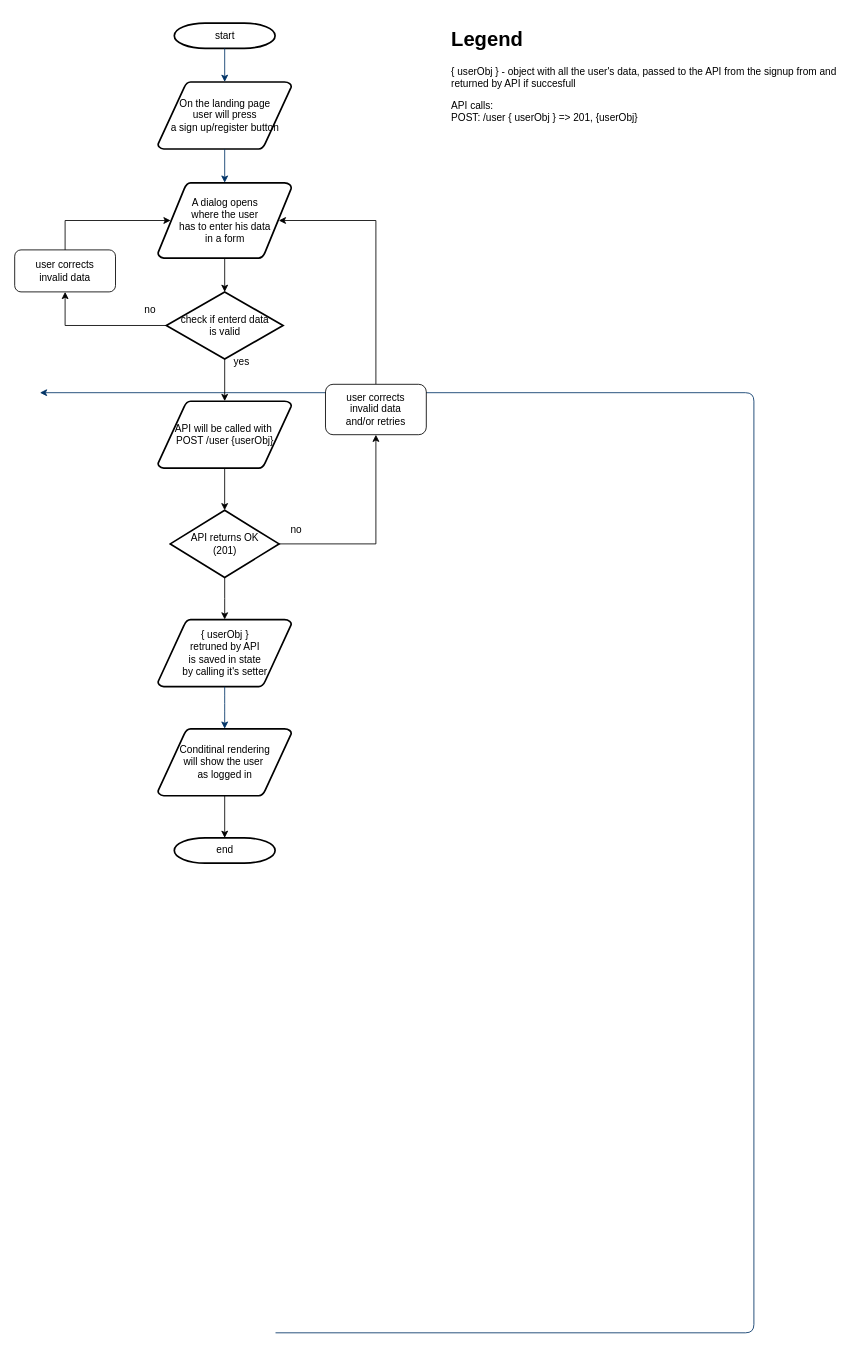
The draw.io diagram docs/flowchart-user-signup.drawio in mz106/climbing-buddy-fe, before the edit. Source tidied: cells renumbered, new cells numbered last; positions are measured from the earlier drawing's top-left corner, leaving out a move shared by most shapes. Both pictures are drawn from the tidied source at 84%, with x=0, y=0 at pixel (14, 23).
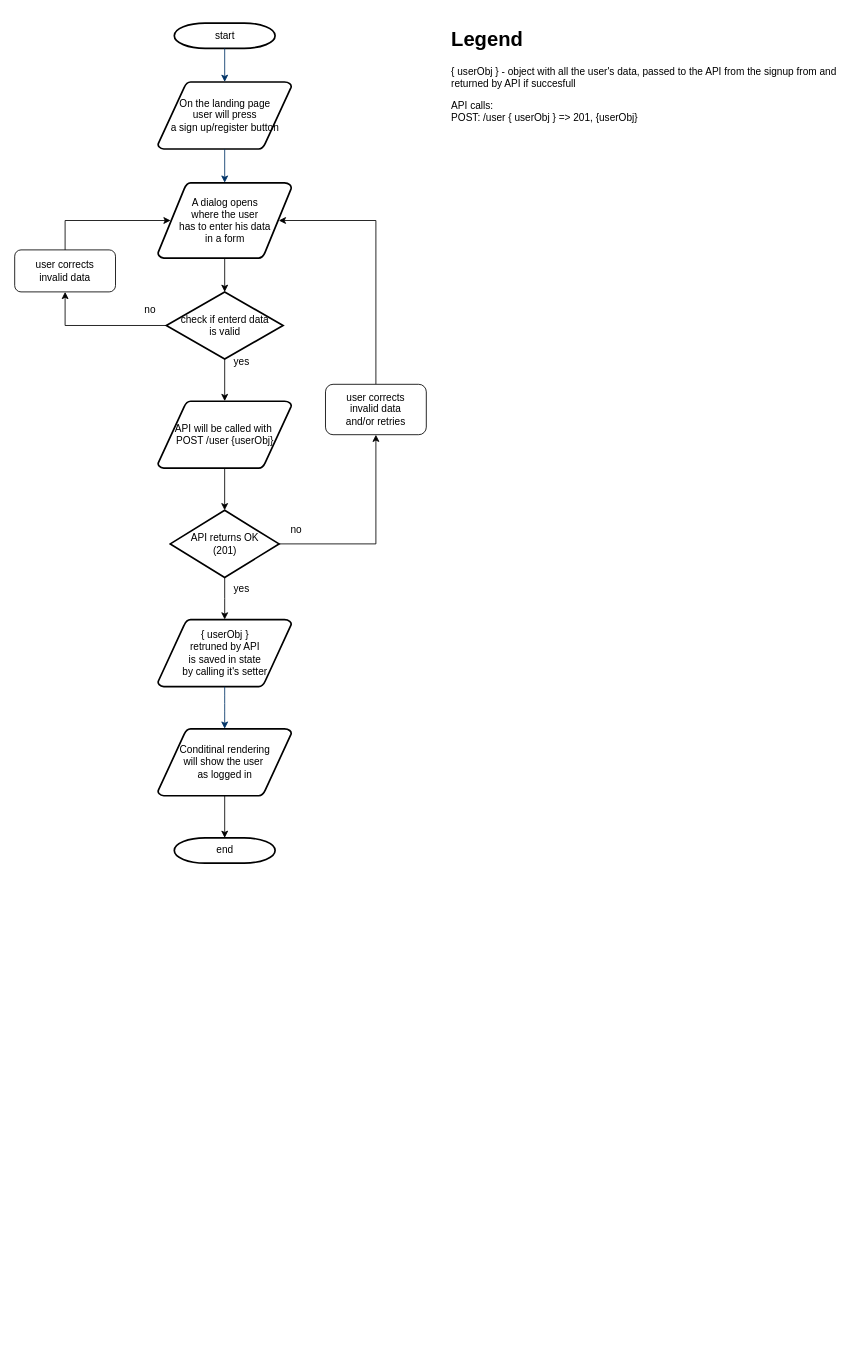
The same page after the edit.

Diff of the diagram source:
```diff
@@
-    <mxCell id="8" style="edgeStyle=elbowEdgeStyle;elbow=horizontal;exitX=1;exitY=0.5;exitPerimeter=0;entryX=0.905;entryY=0.5;entryPerimeter=0;fontStyle=1;strokeColor=#003366;strokeWidth=1;html=1;" parent="1" edge="1">
-      <mxGeometry y="500" as="geometry">
-        <mxPoint x="310.5" y="1559.2" as="sourcePoint" />
-        <mxPoint x="30" y="440" as="targetPoint" />
-        <Array as="points">
-          <mxPoint x="880" y="1760" />
-        </Array>
-      </mxGeometry>
-    </mxCell>
@@
+    <mxCell id="30" value="yes" style="text;fontStyle=0;html=1;strokeColor=none;gradientColor=none;fillColor=none;strokeWidth=2;" parent="1" vertex="1">
+      <mxGeometry x="259" y="660" width="40" height="26" as="geometry" />
+    </mxCell>
```
